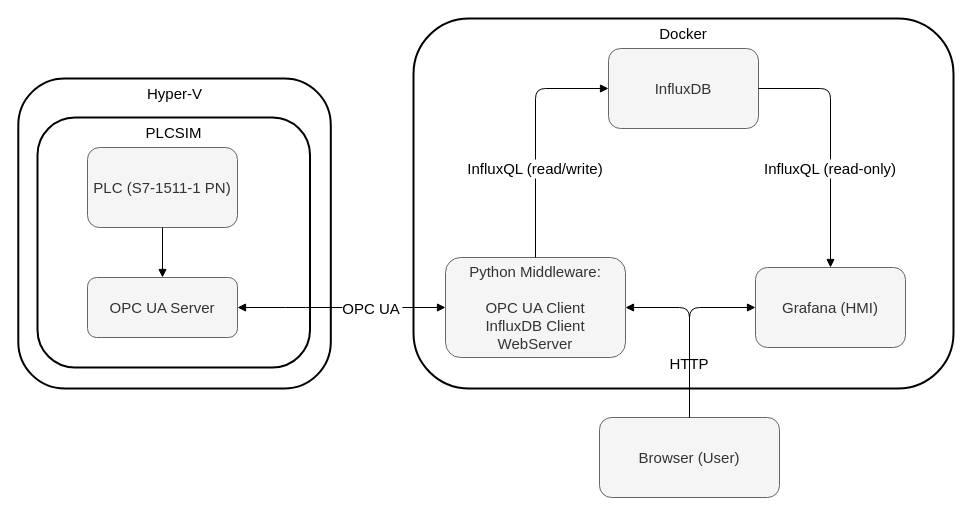
The draw.io diagram report/diagrams/architecture.drawio in bachmak/robbi-hmi, before the edit. Source tidied: cells renumbered, new cells numbered last; positions are measured from the earlier drawing's top-left corner, leaving out a move shared by most shapes. Both pictures are drawn from the tidied source at 100%, with x=0, y=0 at pixel (18, 18).
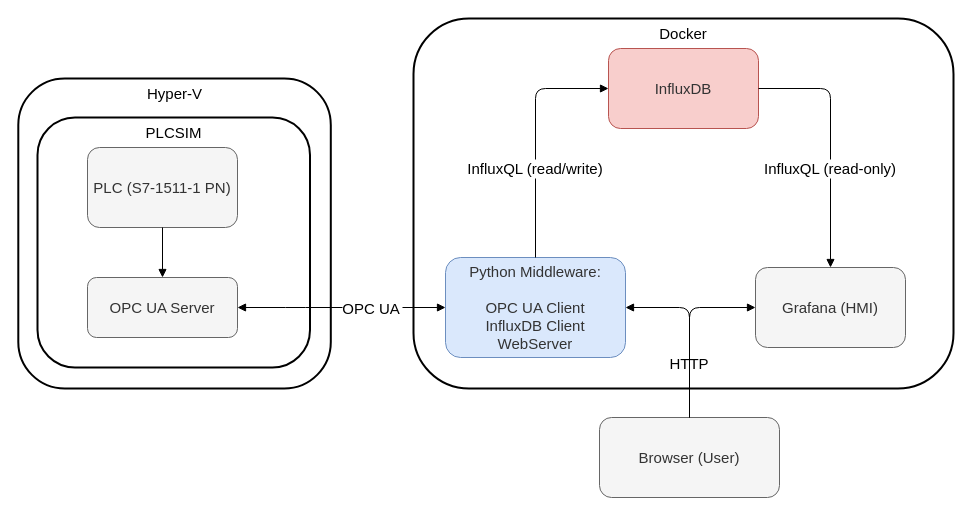
The same diagram, later.

Commit message:
Report: change color scheme

Diff of the diagram source:
```diff
@@
 <mxGraphModel>
   <root>
     <mxCell id="0" />
     <mxCell id="1" parent="0" />
     <mxCell id="2" value="Browser (User)" style="rounded=1;whiteSpace=wrap;html=1;fillColor=#f5f5f5;strokeColor=#666666;fontColor=#333333;fontSize=15;" parent="1" vertex="1">
       <mxGeometry x="581" y="399" width="180" height="80" as="geometry" />
     </mxCell>
     <mxCell id="3" value="Docker" style="rounded=1;whiteSpace=wrap;html=1;strokeWidth=2;align=center;verticalAlign=top;fillColor=none;fontSize=15;" parent="1" vertex="1">
       <mxGeometry x="395" width="540" height="370" as="geometry" />
     </mxCell>
     <mxCell id="4" value="OPC UA" style="endArrow=block;exitX=1;exitY=0.5;exitDx=0;exitDy=0;entryX=0;entryY=0.5;entryDx=0;entryDy=0;edgeStyle=orthogonalEdgeStyle;fontSize=15;startArrow=block;startFill=1;" parent="1" edge="1" source="14" target="6">
       <mxGeometry x="0.29" relative="1" as="geometry">
         <Array as="points">
           <mxPoint x="277" y="289" />
           <mxPoint x="277" y="289" />
         </Array>
       </mxGeometry>
     </mxCell>
-    <mxCell id="5" value="InfluxDB" style="rounded=1;whiteSpace=wrap;html=1;fillColor=#f5f5f5;strokeColor=#666666;fontColor=#333333;fontSize=15;" parent="1" vertex="1">
+    <mxCell id="5" value="InfluxDB" style="rounded=1;whiteSpace=wrap;html=1;fillColor=#f8cecc;strokeColor=#b85450;fontColor=#333333;fontSize=15;" parent="1" vertex="1">
       <mxGeometry x="590" y="30" width="150" height="80" as="geometry" />
     </mxCell>
-    <mxCell id="6" value="Python Middleware:&lt;div&gt;&lt;br&gt;&lt;div&gt;OPC UA Client&lt;/div&gt;&lt;div&gt;InfluxDB Client&lt;/div&gt;&lt;div&gt;WebServer&lt;/div&gt;&lt;/div&gt;" style="rounded=1;whiteSpace=wrap;html=1;fillColor=#f5f5f5;strokeColor=#666666;fontColor=#333333;fontSize=15;" parent="1" vertex="1">
+    <mxCell id="6" value="Python Middleware:&lt;div&gt;&lt;br&gt;&lt;div&gt;OPC UA Client&lt;/div&gt;&lt;div&gt;InfluxDB Client&lt;/div&gt;&lt;div&gt;WebServer&lt;/div&gt;&lt;/div&gt;" style="rounded=1;whiteSpace=wrap;html=1;fillColor=#dae8fc;strokeColor=#6c8ebf;fontColor=#333333;fontSize=15;" parent="1" vertex="1">
       <mxGeometry x="427" y="239" width="180" height="100" as="geometry" />
     </mxCell>
     <mxCell id="7" value="Grafana (HMI)" style="rounded=1;whiteSpace=wrap;html=1;fillColor=#f5f5f5;strokeColor=#666666;fontColor=#333333;fontSize=15;" parent="1" vertex="1">
       <mxGeometry x="737" y="249" width="150" height="80" as="geometry" />
     </mxCell>
     <mxCell id="8" value="InfluxQL (read-only)" style="endArrow=block;exitX=1;exitY=0.5;exitDx=0;exitDy=0;edgeStyle=orthogonalEdgeStyle;entryX=0.5;entryY=0;entryDx=0;entryDy=0;fontSize=15;" parent="1" edge="1" source="5" target="7">
       <mxGeometry x="0.2" relative="1" as="geometry" />
     </mxCell>
     <mxCell id="9" value="HTTP" style="endArrow=block;exitX=0.5;exitY=0;exitDx=0;exitDy=0;edgeStyle=orthogonalEdgeStyle;entryX=0;entryY=0.5;entryDx=0;entryDy=0;fontSize=15;" parent="1" edge="1" source="2" target="7">
       <mxGeometry x="-0.37" relative="1" as="geometry" />
     </mxCell>
     <mxCell id="10" style="endArrow=block;exitX=0.5;exitY=0;exitDx=0;exitDy=0;edgeStyle=orthogonalEdgeStyle;entryX=1;entryY=0.5;entryDx=0;entryDy=0;fontSize=15;" parent="1" edge="1" source="2" target="6">
       <mxGeometry relative="1" as="geometry" />
     </mxCell>
     <mxCell id="11" value="InfluxQL (read/write)" style="endArrow=block;exitX=0.5;exitY=0;exitDx=0;exitDy=0;edgeStyle=orthogonalEdgeStyle;entryX=0;entryY=0.5;entryDx=0;entryDy=0;fontSize=15;" parent="1" edge="1" source="6" target="5">
       <mxGeometry x="-0.26" relative="1" as="geometry" />
     </mxCell>
     <mxCell id="12" style="group;fontSize=15;" parent="1" vertex="1">
       <mxGeometry x="19" y="69" width="400" height="310" as="geometry" />
     </mxCell>
     <mxCell id="13" value="PLCSIM" style="rounded=1;whiteSpace=wrap;html=1;strokeWidth=2;verticalAlign=top;fillColor=none;fontSize=15;" parent="12" vertex="1">
       <mxGeometry y="30" width="272.5" height="250" as="geometry" />
     </mxCell>
     <mxCell id="14" value="OPC UA Server" style="rounded=1;whiteSpace=wrap;html=1;fillColor=#f5f5f5;fontColor=#333333;strokeColor=#666666;fontSize=15;" parent="13" vertex="1">
       <mxGeometry x="50" y="160" width="150" height="60" as="geometry" />
     </mxCell>
     <mxCell id="15" value="PLC (S7-1511-1 PN)" style="rounded=1;whiteSpace=wrap;html=1;fillColor=#f5f5f5;fontColor=#333333;strokeColor=#666666;fontSize=15;" parent="13" vertex="1">
       <mxGeometry x="50" y="30" width="150" height="80" as="geometry" />
     </mxCell>
     <mxCell id="16" style="endArrow=block;edgeStyle=orthogonalEdgeStyle;exitX=0.5;exitY=1;exitDx=0;exitDy=0;entryX=0.5;entryY=0;entryDx=0;entryDy=0;fontSize=15;" parent="13" edge="1" source="15" target="14">
       <mxGeometry relative="1" as="geometry" />
     </mxCell>
     <mxCell id="17" value="Hyper-V" style="rounded=1;whiteSpace=wrap;html=1;strokeWidth=2;verticalAlign=top;fillColor=none;fontSize=15;" parent="12" vertex="1">
       <mxGeometry x="-19.2" y="-9" width="312.5" height="310" as="geometry" />
     </mxCell>
   </root>
 </mxGraphModel>
```
